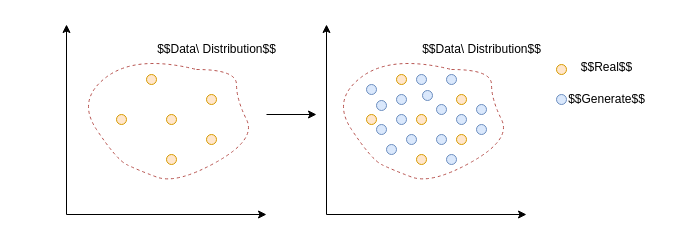
Above: test.drawio in kingkingofall/school_project (draw.io), before the change. Source tidied: cells renumbered, new cells numbered last; positions are measured from the earlier drawing's top-left corner, leaving out a move shared by most shapes. Both pictures are drawn from the tidied source at 100%, with x=0, y=0 at pixel (66, 24).
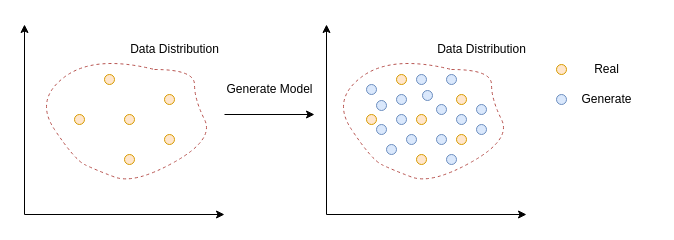
Above is the later version.

Diff of the diagram source:
```diff
@@
     <mxCell id="2" style="ellipse;whiteSpace=wrap;html=1;fillColor=#ffe6cc;strokeColor=#d79b00;" parent="1" vertex="1">
-      <mxGeometry x="50" y="90" width="10" height="10" as="geometry" />
+      <mxGeometry x="8" y="90" width="10" height="10" as="geometry" />
     </mxCell>
     <mxCell id="3" style="ellipse;whiteSpace=wrap;html=1;fillColor=#ffe6cc;strokeColor=#d79b00;" parent="1" vertex="1">
-      <mxGeometry x="140" y="70" width="10" height="10" as="geometry" />
+      <mxGeometry x="98" y="70" width="10" height="10" as="geometry" />
     </mxCell>
     <mxCell id="4" style="ellipse;whiteSpace=wrap;html=1;fillColor=#ffe6cc;strokeColor=#d79b00;" parent="1" vertex="1">
-      <mxGeometry x="100" y="130" width="10" height="10" as="geometry" />
+      <mxGeometry x="58" y="130" width="10" height="10" as="geometry" />
     </mxCell>
     <mxCell id="5" style="ellipse;whiteSpace=wrap;html=1;fillColor=#ffe6cc;strokeColor=#d79b00;" parent="1" vertex="1">
-      <mxGeometry x="140" y="110" width="10" height="10" as="geometry" />
+      <mxGeometry x="98" y="110" width="10" height="10" as="geometry" />
     </mxCell>
     <mxCell id="6" style="ellipse;whiteSpace=wrap;html=1;fillColor=#ffe6cc;strokeColor=#d79b00;" parent="1" vertex="1">
-      <mxGeometry x="80" y="50" width="10" height="10" as="geometry" />
+      <mxGeometry x="38" y="50" width="10" height="10" as="geometry" />
     </mxCell>
     <mxCell id="7" style="ellipse;whiteSpace=wrap;html=1;fillColor=#ffe6cc;strokeColor=#d79b00;" parent="1" vertex="1">
-      <mxGeometry x="100" y="90" width="10" height="10" as="geometry" />
+      <mxGeometry x="58" y="90" width="10" height="10" as="geometry" />
     </mxCell>
@@
     <mxCell id="14" style="endArrow=classic;html=1;rounded=0;" parent="1" edge="1">
       <mxGeometry relative="1" as="geometry">
-        <mxPoint x="200" y="90" as="sourcePoint" />
-        <mxPoint x="250" y="90" as="targetPoint" />
+        <mxPoint x="158" y="90" as="sourcePoint" />
+        <mxPoint x="248" y="90" as="targetPoint" />
       </mxGeometry>
     </mxCell>
@@
     <mxCell id="21" style="curved=1;endArrow=none;html=1;rounded=0;endFill=0;dashed=1;fillColor=#f8cecc;strokeColor=#b85450;" parent="1" edge="1">
       <mxGeometry relative="1" as="geometry">
-        <mxPoint x="130" y="45" as="sourcePoint" />
-        <mxPoint x="130" y="45" as="targetPoint" />
+        <mxPoint x="88" y="45" as="sourcePoint" />
+        <mxPoint x="88" y="45" as="targetPoint" />
         <Array as="points">
-          <mxPoint x="170" y="45" />
-          <mxPoint x="170" y="75" />
-          <mxPoint x="190" y="115" />
-          <mxPoint x="110" y="160" />
-          <mxPoint x="70" y="145" />
-          <mxPoint x="50" y="135" />
-          <mxPoint x="10" y="75" />
-          <mxPoint x="70" y="30" />
+          <mxPoint x="128" y="45" />
+          <mxPoint x="128" y="75" />
+          <mxPoint x="148" y="115" />
+          <mxPoint x="68" y="160" />
+          <mxPoint x="28" y="145" />
+          <mxPoint x="8" y="135" />
+          <mxPoint x="-32" y="75" />
+          <mxPoint x="28" y="30" />
         </Array>
       </mxGeometry>
     </mxCell>
@@
     <mxCell id="33" style="endArrow=classic;html=1;rounded=0;" parent="1" edge="1">
       <mxGeometry relative="1" as="geometry">
-        <mxPoint y="190" as="sourcePoint" />
-        <mxPoint x="200" y="190" as="targetPoint" />
+        <mxPoint x="-42" y="190" as="sourcePoint" />
+        <mxPoint x="158" y="190" as="targetPoint" />
       </mxGeometry>
     </mxCell>
     <mxCell id="34" style="endArrow=classic;html=1;rounded=0;" parent="1" edge="1">
       <mxGeometry relative="1" as="geometry">
-        <mxPoint y="190" as="sourcePoint" />
-        <mxPoint as="targetPoint" />
+        <mxPoint x="-42" y="190" as="sourcePoint" />
+        <mxPoint x="-42" as="targetPoint" />
       </mxGeometry>
     </mxCell>
@@
-    <mxCell id="39" value="$$Real$$" style="text;html=1;align=center;verticalAlign=middle;strokeColor=none;fillColor=none;" parent="1" vertex="1">
-      <mxGeometry x="505" y="28" width="70" height="30" as="geometry" />
+    <mxCell id="39" value="Real" style="text;html=1;align=center;verticalAlign=middle;strokeColor=none;fillColor=none;" parent="1" vertex="1">
+      <mxGeometry x="515" y="30" width="50" height="30" as="geometry" />
     </mxCell>
-    <mxCell id="40" value="$$Generate$$" style="text;html=1;align=center;verticalAlign=middle;strokeColor=none;fillColor=none;" parent="1" vertex="1">
-      <mxGeometry x="490" y="60" width="100" height="30" as="geometry" />
+    <mxCell id="40" value="Generate" style="text;html=1;align=center;verticalAlign=middle;strokeColor=none;fillColor=none;" parent="1" vertex="1">
+      <mxGeometry x="505" y="60" width="70" height="30" as="geometry" />
     </mxCell>
-    <mxCell id="41" value="$$Data\ Distribution$$" style="text;html=1;align=center;verticalAlign=middle;strokeColor=none;fillColor=none;" parent="1" vertex="1">
-      <mxGeometry x="80" y="10" width="140" height="30" as="geometry" />
+    <mxCell id="41" value="Data Distribution" style="text;html=1;align=center;verticalAlign=middle;strokeColor=none;fillColor=none;" parent="1" vertex="1">
+      <mxGeometry x="53" y="10" width="110" height="30" as="geometry" />
     </mxCell>
-    <mxCell id="42" value="$$Data\ Distribution$$" style="text;html=1;align=center;verticalAlign=middle;strokeColor=none;fillColor=none;" parent="1" vertex="1">
-      <mxGeometry x="345" y="10" width="140" height="30" as="geometry" />
+    <mxCell id="42" value="Data Distribution" style="text;html=1;align=center;verticalAlign=middle;strokeColor=none;fillColor=none;" parent="1" vertex="1">
+      <mxGeometry x="360" y="10" width="110" height="30" as="geometry" />
     </mxCell>
+    <mxCell id="43" value="Generate Model" style="text;html=1;align=center;verticalAlign=middle;strokeColor=none;fillColor=none;" parent="1" vertex="1">
+      <mxGeometry x="148" y="50" width="110" height="30" as="geometry" />
+    </mxCell>
```
